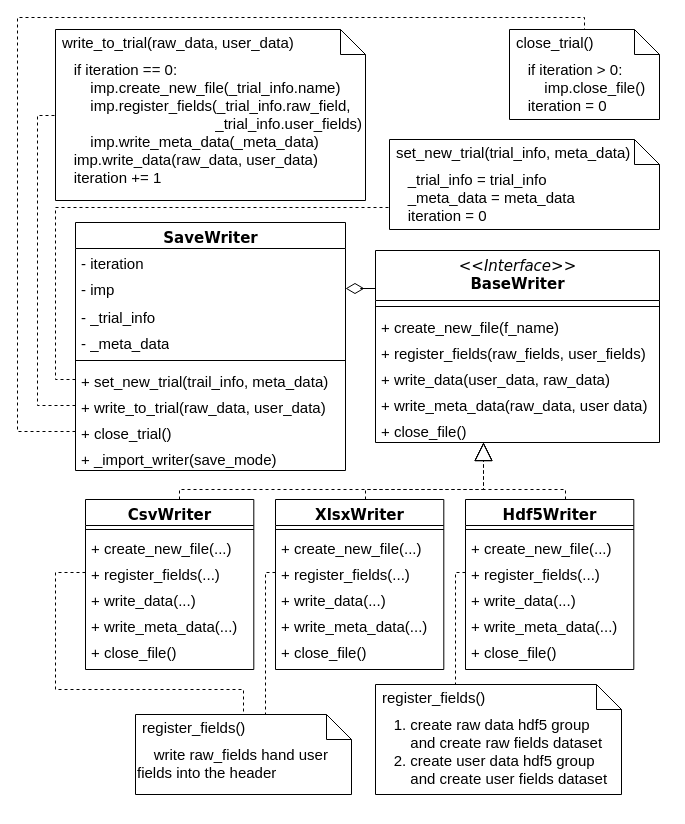
This is base_writer.drawio from DianxinWang/final_theis, a draw.io file, before an edit. Source tidied: cells renumbered, new cells numbered last; positions are measured from the earlier drawing's top-left corner, leaving out a move shared by most shapes. Both pictures are drawn from the tidied source at 100%, with x=0, y=0 at pixel (17, 17).
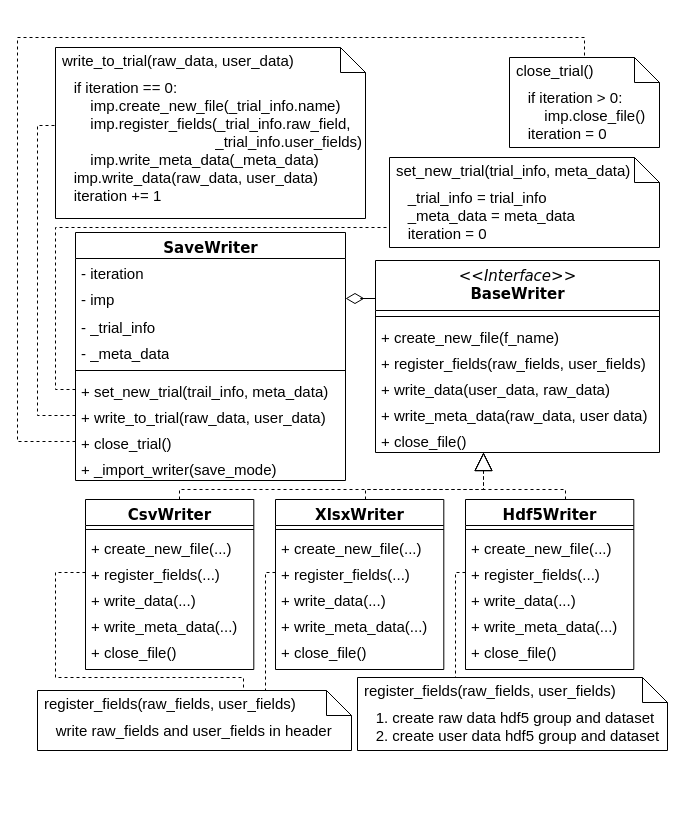
Above is the later version.

Unchanged cells that the change refers to:
```xml
<mxCell id="4" value="- imp" style="text;html=1;strokeColor=none;fillColor=none;align=left;verticalAlign=top;spacingLeft=4;spacingRight=4;whiteSpace=wrap;overflow=hidden;points=[[0,0.5],[1,0.5]];portConstraint=eastwest;fontSize=15;" parent="2" vertex="1">
  <mxGeometry y="52" width="270" height="28" as="geometry" />
</mxCell>
<mxCell id="8" value="+ set_new_trial(trail_info, meta_data)" style="text;html=1;strokeColor=none;fillColor=none;align=left;verticalAlign=top;spacingLeft=4;spacingRight=4;whiteSpace=wrap;overflow=hidden;points=[[0,0.5],[1,0.5]];portConstraint=eastwest;fontSize=15;" parent="2" vertex="1">
  <mxGeometry y="144" width="270" height="26" as="geometry" />
</mxCell>
<mxCell id="9" value="+ write_to_trial(raw_data, user_data)" style="text;html=1;strokeColor=none;fillColor=none;align=left;verticalAlign=top;spacingLeft=4;spacingRight=4;whiteSpace=wrap;overflow=hidden;points=[[0,0.5],[1,0.5]];portConstraint=eastwest;fontSize=15;" parent="2" vertex="1">
  <mxGeometry y="170" width="270" height="26" as="geometry" />
</mxCell>
<mxCell id="10" value="+ close_trial()" style="text;html=1;strokeColor=none;fillColor=none;align=left;verticalAlign=top;spacingLeft=4;spacingRight=4;whiteSpace=wrap;overflow=hidden;points=[[0,0.5],[1,0.5]];portConstraint=eastwest;fontSize=15;" parent="2" vertex="1">
  <mxGeometry y="196" width="270" height="26" as="geometry" />
</mxCell>
<mxCell id="26" value="+ register_fields(...)" style="text;html=1;strokeColor=none;fillColor=none;align=left;verticalAlign=top;spacingLeft=4;spacingRight=4;whiteSpace=wrap;overflow=hidden;points=[[0,0.5],[1,0.5]];portConstraint=eastwest;fontSize=15;" parent="23" vertex="1">
  <mxGeometry y="60" width="168.3" height="26" as="geometry" />
</mxCell>
```

Change to the diagram source:
```diff
@@
     <mxCell id="2" value="SaveWriter" style="swimlane;html=1;fontStyle=1;align=center;verticalAlign=top;horizontal=1;startSize=26;swimlaneFillColor=#ffffff;rounded=0;shadow=0;comic=0;labelBackgroundColor=none;strokeWidth=1;fillColor=none;fontFamily=Verdana;fontSize=15;" parent="1" vertex="1">
-      <mxGeometry x="58" y="205" width="270" height="248" as="geometry" />
+      <mxGeometry x="58" y="215" width="270" height="248" as="geometry" />
     </mxCell>
@@
     <mxCell id="12" style="edgeStyle=orthogonalEdgeStyle;rounded=0;html=1;labelBackgroundColor=none;startArrow=none;startFill=0;startSize=8;endArrow=diamondThin;endFill=0;endSize=16;fontFamily=Verdana;fontSize=15;" parent="1" edge="1" source="13" target="4">
       <mxGeometry relative="1" as="geometry">
         <Array as="points">
-          <mxPoint x="343" y="271" />
-          <mxPoint x="343" y="271" />
+          <mxPoint x="343" y="281" />
+          <mxPoint x="343" y="281" />
         </Array>
       </mxGeometry>
     </mxCell>
     <mxCell id="13" value="&lt;span style=&quot;font-weight: normal&quot;&gt;&lt;i&gt;&amp;lt;&amp;lt;Interface&amp;gt;&amp;gt;&lt;br&gt;&lt;/i&gt;&lt;/span&gt;BaseWriter" style="swimlane;html=1;fontStyle=1;align=center;verticalAlign=top;horizontal=1;startSize=50;swimlaneFillColor=#ffffff;rounded=0;shadow=0;comic=0;labelBackgroundColor=none;strokeWidth=1;fillColor=none;fontFamily=Verdana;fontSize=15;" parent="1" vertex="1">
-      <mxGeometry x="358" y="233" width="284" height="192" as="geometry" />
+      <mxGeometry x="358" y="243" width="284" height="192" as="geometry" />
     </mxCell>
@@
     <mxCell id="21" value="&amp;nbsp; &amp;nbsp; _trial_info = trial_info&lt;br&gt;&amp;nbsp; &amp;nbsp; _meta_data = meta_data&lt;br&gt;&amp;nbsp; &amp;nbsp; iteration = 0" style="shape=note2;boundedLbl=1;whiteSpace=wrap;html=1;size=25;verticalAlign=top;align=left;fontSize=15;" parent="1" vertex="1">
-      <mxGeometry x="372" y="122" width="270" height="90" as="geometry" />
+      <mxGeometry x="372" y="140" width="270" height="90" as="geometry" />
     </mxCell>
@@
     <mxCell id="44" value="&amp;nbsp; &amp;nbsp; if iteration == 0:&lt;br&gt;&amp;nbsp; &amp;nbsp; &amp;nbsp; &amp;nbsp; imp.create_new_file(_trial_info.name)&lt;br&gt;&amp;nbsp; &amp;nbsp; &amp;nbsp; &amp;nbsp; imp.register_fields(_trial_info.raw_field,&lt;br&gt;&amp;nbsp; &amp;nbsp; &amp;nbsp; &amp;nbsp; &amp;nbsp; &amp;nbsp; &amp;nbsp; &amp;nbsp; &amp;nbsp; &amp;nbsp; &amp;nbsp; &amp;nbsp; &amp;nbsp; &amp;nbsp; &amp;nbsp; &amp;nbsp; &amp;nbsp; &amp;nbsp; &amp;nbsp; _trial_info.user_fields)&lt;br&gt;&amp;nbsp; &amp;nbsp; &amp;nbsp; &amp;nbsp; imp.write_meta_data(_meta_data)&lt;br&gt;&amp;nbsp; &amp;nbsp; imp.write_data(raw_data, user_data)&lt;br&gt;&amp;nbsp; &amp;nbsp; iteration += 1" style="shape=note2;boundedLbl=1;whiteSpace=wrap;html=1;size=25;verticalAlign=top;align=left;fontSize=15;" parent="1" vertex="1">
-      <mxGeometry x="38" y="12" width="310" height="171" as="geometry" />
+      <mxGeometry x="38" y="30" width="310" height="171" as="geometry" />
     </mxCell>
@@
     <mxCell id="46" value="&amp;nbsp; &amp;nbsp; if iteration &amp;gt; 0:&lt;br&gt;&amp;nbsp; &amp;nbsp; &amp;nbsp; &amp;nbsp; imp.close_file()&lt;br&gt;&amp;nbsp; &amp;nbsp; iteration = 0" style="shape=note2;boundedLbl=1;whiteSpace=wrap;html=1;size=25;verticalAlign=top;align=left;fontSize=15;" parent="1" vertex="1">
-      <mxGeometry x="492" y="12" width="150" height="90" as="geometry" />
+      <mxGeometry x="492" y="40" width="150" height="90" as="geometry" />
     </mxCell>
@@
-    <mxCell id="50" value="&amp;nbsp; &amp;nbsp; 1. create raw data hdf5 group&lt;br&gt;&amp;nbsp; &amp;nbsp; &amp;nbsp; &amp;nbsp; and create raw fields dataset&lt;br&gt;&amp;nbsp; &amp;nbsp; 2. create user data hdf5 group&lt;br&gt;&amp;nbsp; &amp;nbsp; &amp;nbsp; &amp;nbsp; and create user fields dataset&lt;br&gt;&amp;nbsp;&amp;nbsp;" style="shape=note2;boundedLbl=1;whiteSpace=wrap;html=1;size=25;verticalAlign=top;align=left;fontSize=15;" parent="1" vertex="1">
-      <mxGeometry x="358" y="667" width="246" height="110" as="geometry" />
+    <mxCell id="50" value="&amp;nbsp; &amp;nbsp; 1. create raw data hdf5 group and dataset&lt;br&gt;&amp;nbsp; &amp;nbsp; 2. create user data hdf5 group and&amp;nbsp;dataset&lt;br&gt;&amp;nbsp;&amp;nbsp;" style="shape=note2;boundedLbl=1;whiteSpace=wrap;html=1;size=25;verticalAlign=top;align=left;fontSize=15;" parent="1" vertex="1">
+      <mxGeometry x="340" y="660" width="310" height="73" as="geometry" />
     </mxCell>
-    <mxCell id="51" value="register_fields()" style="strokeColor=none;fillColor=none;align=left;spacingLeft=5;fontSize=15;" parent="50" vertex="1">
-      <mxGeometry width="246" height="25" relative="1" as="geometry" />
+    <mxCell id="51" value="register_fields(raw_fields, user_fields)" style="strokeColor=none;fillColor=none;align=left;spacingLeft=5;fontSize=15;" parent="50" vertex="1">
+      <mxGeometry width="310" height="25" relative="1" as="geometry" />
     </mxCell>
@@
-    <mxCell id="53" value="&amp;nbsp; &amp;nbsp; write raw_fields hand user fields into the header&lt;br&gt;&amp;nbsp;&amp;nbsp;" style="shape=note2;boundedLbl=1;whiteSpace=wrap;html=1;size=25;verticalAlign=top;align=left;fontSize=15;" parent="1" vertex="1">
-      <mxGeometry x="118" y="697" width="216" height="80" as="geometry" />
+    <mxCell id="53" value="&amp;nbsp; &amp;nbsp; write raw_fields and user_fields in header&lt;br&gt;&amp;nbsp;&amp;nbsp;" style="shape=note2;boundedLbl=1;whiteSpace=wrap;html=1;size=25;verticalAlign=top;align=left;fontSize=15;" parent="1" vertex="1">
+      <mxGeometry x="20" y="673" width="314" height="60" as="geometry" />
     </mxCell>
-    <mxCell id="54" value="register_fields()" style="strokeColor=none;fillColor=none;align=left;spacingLeft=5;fontSize=15;" parent="53" vertex="1">
-      <mxGeometry width="216" height="25" relative="1" as="geometry" />
+    <mxCell id="54" value="register_fields(raw_fields, user_fields)" style="strokeColor=none;fillColor=none;align=left;spacingLeft=5;fontSize=15;" parent="53" vertex="1">
+      <mxGeometry width="314" height="25" relative="1" as="geometry" />
     </mxCell>
     <mxCell id="55" style="edgeStyle=orthogonalEdgeStyle;rounded=0;jettySize=auto;html=1;exitX=0;exitY=0.5;exitDx=0;exitDy=0;dashed=1;endArrow=none;endFill=0;" parent="1" edge="1" source="26" target="53">
       <mxGeometry relative="1" as="geometry">
         <Array as="points">
           <mxPoint x="38" y="555" />
-          <mxPoint x="38" y="672" />
-          <mxPoint x="226" y="672" />
+          <mxPoint x="38" y="660" />
+          <mxPoint x="226" y="660" />
         </Array>
       </mxGeometry>
     </mxCell>
@@
     <mxCell id="57" style="edgeStyle=orthogonalEdgeStyle;rounded=0;jettySize=auto;html=1;exitX=0;exitY=0.5;exitDx=0;exitDy=0;dashed=1;endArrow=none;endFill=0;" parent="1" edge="1" source="8" target="21">
       <mxGeometry relative="1" as="geometry">
         <Array as="points">
-          <mxPoint x="38" y="362" />
-          <mxPoint x="38" y="190" />
+          <mxPoint x="38" y="372" />
+          <mxPoint x="38" y="210" />
         </Array>
       </mxGeometry>
     </mxCell>
     <mxCell id="58" style="edgeStyle=orthogonalEdgeStyle;rounded=0;jettySize=auto;html=1;exitX=0;exitY=0.5;exitDx=0;exitDy=0;dashed=1;endArrow=none;endFill=0;" parent="1" edge="1" source="9" target="44">
       <mxGeometry relative="1" as="geometry">
         <Array as="points">
-          <mxPoint x="20" y="388" />
-          <mxPoint x="20" y="98" />
+          <mxPoint x="20" y="398" />
+          <mxPoint x="20" y="108" />
         </Array>
       </mxGeometry>
     </mxCell>
     <mxCell id="59" style="edgeStyle=orthogonalEdgeStyle;rounded=0;jettySize=auto;html=1;exitX=0;exitY=0.5;exitDx=0;exitDy=0;dashed=1;endArrow=none;endFill=0;" parent="1" edge="1" source="10" target="46">
       <mxGeometry relative="1" as="geometry">
         <Array as="points">
-          <mxPoint y="414" />
-          <mxPoint />
-          <mxPoint x="567" />
+          <mxPoint y="424" />
+          <mxPoint y="20" />
+          <mxPoint x="567" y="20" />
         </Array>
       </mxGeometry>
     </mxCell>
```
